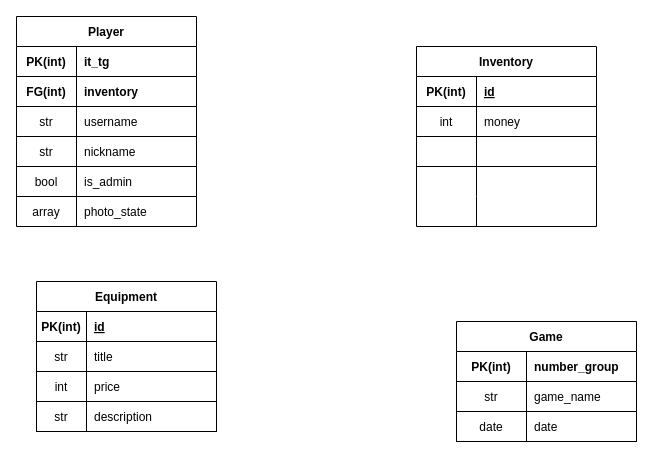
This is doc/db.drawio from mrmomenticus/pager_bot, a draw.io file, before an edit. Source tidied: cells renumbered, new cells numbered last; positions are measured from the earlier drawing's top-left corner, leaving out a move shared by most shapes. Both pictures are drawn from the tidied source at 100%, with x=0, y=0 at pixel (16, 16).
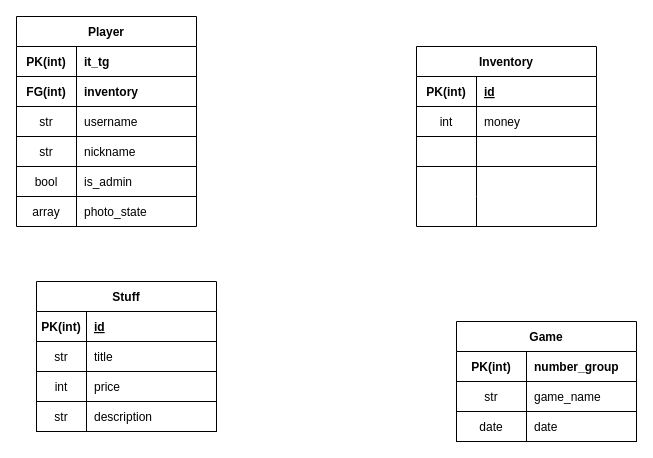
The same page after the edit.

What changed in the source:
```diff
@@
-    <mxCell id="47" value="Equipment" style="shape=table;startSize=30;childLayout=tableLayout;rowLines=0;fontStyle=1;align=center;" parent="1" vertex="1">
+    <mxCell id="47" value="Stuff" style="shape=table;startSize=30;childLayout=tableLayout;rowLines=0;fontStyle=1;align=center;" parent="1" vertex="1">
       <mxGeometry x="20" y="265" width="180" height="150" as="geometry" />
     </mxCell>
```
